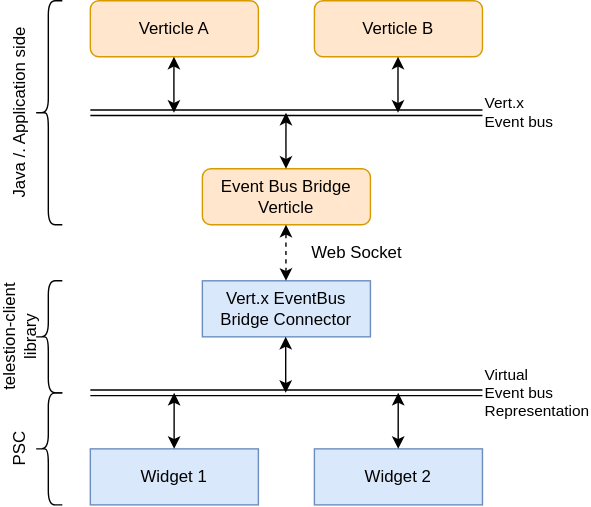
The draw.io diagram static/img/drawio-diagrams/vertx/eventbus-bridge.drawio.svg in wuespace/telestion-docs, before a commit. Source tidied: cells renumbered, new cells last; positions are measured from the earlier drawing's top-left corner, leaving out a move shared by most shapes. The source it was exported from:
```xml
<mxGraphModel>
  <root>
    <mxCell id="0" />
    <mxCell id="1" parent="0" />
    <mxCell id="2" style="shape=link;html=1;" parent="1" edge="1">
      <mxGeometry relative="1" as="geometry">
        <mxPoint x="40" y="80" as="sourcePoint" />
        <mxPoint x="320" y="80" as="targetPoint" />
      </mxGeometry>
    </mxCell>
    <mxCell id="3" value="Vert.x &lt;br&gt;Event bus" style="edgeLabel;html=1;align=left;verticalAlign=middle;" parent="2" vertex="1">
      <mxGeometry x="0.91" y="1" relative="1" as="geometry">
        <mxPoint x="12" y="1" as="offset" />
      </mxGeometry>
    </mxCell>
    <mxCell id="4" value="Event Bus Bridge Verticle" style="rounded=1;whiteSpace=wrap;html=1;fillColor=#ffe6cc;strokeColor=#d79b00;" parent="1" vertex="1">
      <mxGeometry x="120" y="120" width="120" height="40" as="geometry" />
    </mxCell>
    <mxCell id="5" value="Verticle A" style="rounded=1;whiteSpace=wrap;html=1;fillColor=#ffe6cc;strokeColor=#d79b00;" parent="1" vertex="1">
      <mxGeometry x="40" width="120" height="40" as="geometry" />
    </mxCell>
    <mxCell id="6" style="edgeStyle=orthogonalEdgeStyle;rounded=0;orthogonalLoop=1;jettySize=auto;html=1;startArrow=classic;startFill=1;" parent="1" edge="1">
      <mxGeometry relative="1" as="geometry">
        <mxPoint x="99.7" y="80" as="sourcePoint" />
        <mxPoint x="99.7" y="40" as="targetPoint" />
        <Array as="points">
          <mxPoint x="99.7" y="60" />
          <mxPoint x="99.7" y="60" />
        </Array>
      </mxGeometry>
    </mxCell>
    <mxCell id="7" value="Verticle B" style="rounded=1;whiteSpace=wrap;html=1;fillColor=#ffe6cc;strokeColor=#d79b00;" parent="1" vertex="1">
      <mxGeometry x="200" width="120" height="40" as="geometry" />
    </mxCell>
    <mxCell id="8" value="Java /. Application side" style="shape=curlyBracket;whiteSpace=wrap;html=1;rounded=1;align=center;horizontal=0;spacingBottom=40;" parent="1" vertex="1">
      <mxGeometry width="20" height="160" as="geometry" />
    </mxCell>
    <mxCell id="9" value="Vert.x EventBus Bridge Connector" style="rounded=0;whiteSpace=wrap;html=1;fillColor=#dae8fc;strokeColor=#6c8ebf;" parent="1" vertex="1">
      <mxGeometry x="120" y="200" width="120" height="40" as="geometry" />
    </mxCell>
    <mxCell id="10" style="edgeStyle=orthogonalEdgeStyle;rounded=0;orthogonalLoop=1;jettySize=auto;html=1;startArrow=classic;startFill=1;" parent="1" edge="1">
      <mxGeometry relative="1" as="geometry">
        <mxPoint x="259.7" y="80" as="sourcePoint" />
        <mxPoint x="259.7" y="40" as="targetPoint" />
        <Array as="points">
          <mxPoint x="259.7" y="60" />
          <mxPoint x="259.7" y="60" />
        </Array>
      </mxGeometry>
    </mxCell>
    <mxCell id="11" style="edgeStyle=orthogonalEdgeStyle;rounded=0;orthogonalLoop=1;jettySize=auto;html=1;startArrow=classic;startFill=1;" parent="1" edge="1">
      <mxGeometry relative="1" as="geometry">
        <mxPoint x="179.7" y="120" as="sourcePoint" />
        <mxPoint x="179.7" y="80" as="targetPoint" />
        <Array as="points">
          <mxPoint x="179.7" y="100" />
          <mxPoint x="179.7" y="100" />
        </Array>
      </mxGeometry>
    </mxCell>
    <mxCell id="12" style="shape=link;html=1;" parent="1" edge="1">
      <mxGeometry relative="1" as="geometry">
        <mxPoint x="40" y="280" as="sourcePoint" />
        <mxPoint x="320" y="280" as="targetPoint" />
      </mxGeometry>
    </mxCell>
    <mxCell id="13" value="Virtual&lt;br&gt;Event bus&lt;br&gt;Representation" style="edgeLabel;html=1;align=left;verticalAlign=middle;" parent="12" vertex="1">
      <mxGeometry x="0.82" y="5" relative="1" as="geometry">
        <mxPoint x="25" y="5" as="offset" />
      </mxGeometry>
    </mxCell>
    <mxCell id="14" value="Widget 1" style="rounded=0;whiteSpace=wrap;html=1;align=center;fillColor=#dae8fc;strokeColor=#6c8ebf;" parent="1" vertex="1">
      <mxGeometry x="40" y="320" width="120" height="40" as="geometry" />
    </mxCell>
    <mxCell id="15" value="Widget 2" style="rounded=0;whiteSpace=wrap;html=1;align=center;fillColor=#dae8fc;strokeColor=#6c8ebf;" parent="1" vertex="1">
      <mxGeometry x="200" y="320" width="120" height="40" as="geometry" />
    </mxCell>
    <mxCell id="16" style="edgeStyle=orthogonalEdgeStyle;rounded=0;orthogonalLoop=1;jettySize=auto;html=1;startArrow=classic;startFill=1;" parent="1" edge="1">
      <mxGeometry relative="1" as="geometry">
        <mxPoint x="179.5" y="280" as="sourcePoint" />
        <mxPoint x="179.5" y="240" as="targetPoint" />
        <Array as="points">
          <mxPoint x="179.5" y="260" />
          <mxPoint x="179.5" y="260" />
        </Array>
      </mxGeometry>
    </mxCell>
    <mxCell id="17" value="telestion-client library" style="shape=curlyBracket;whiteSpace=wrap;html=1;rounded=1;align=center;horizontal=0;spacingBottom=40;" parent="1" vertex="1">
      <mxGeometry y="200" width="20" height="80" as="geometry" />
    </mxCell>
    <mxCell id="18" value="PSC" style="shape=curlyBracket;whiteSpace=wrap;html=1;rounded=1;align=center;horizontal=0;spacingBottom=40;" parent="1" vertex="1">
      <mxGeometry y="280" width="20" height="80" as="geometry" />
    </mxCell>
    <mxCell id="19" style="edgeStyle=orthogonalEdgeStyle;rounded=0;orthogonalLoop=1;jettySize=auto;html=1;startArrow=classic;startFill=1;" parent="1" edge="1">
      <mxGeometry relative="1" as="geometry">
        <mxPoint x="259.8" y="320" as="sourcePoint" />
        <mxPoint x="259.8" y="280" as="targetPoint" />
        <Array as="points">
          <mxPoint x="259.8" y="300" />
          <mxPoint x="259.8" y="300" />
        </Array>
      </mxGeometry>
    </mxCell>
    <mxCell id="20" style="edgeStyle=orthogonalEdgeStyle;rounded=0;orthogonalLoop=1;jettySize=auto;html=1;startArrow=classic;startFill=1;" parent="1" edge="1">
      <mxGeometry relative="1" as="geometry">
        <mxPoint x="99.8" y="320" as="sourcePoint" />
        <mxPoint x="99.8" y="280" as="targetPoint" />
        <Array as="points">
          <mxPoint x="99.8" y="300" />
          <mxPoint x="99.8" y="300" />
        </Array>
      </mxGeometry>
    </mxCell>
    <mxCell id="21" style="edgeStyle=orthogonalEdgeStyle;rounded=0;orthogonalLoop=1;jettySize=auto;html=1;startArrow=classic;startFill=1;dashed=1;" parent="1" edge="1">
      <mxGeometry relative="1" as="geometry">
        <mxPoint x="179.7" y="200" as="sourcePoint" />
        <mxPoint x="179.7" y="160" as="targetPoint" />
        <Array as="points">
          <mxPoint x="179.7" y="180" />
          <mxPoint x="179.7" y="180" />
        </Array>
      </mxGeometry>
    </mxCell>
    <mxCell id="22" value="Web Socket" style="text;html=1;align=center;verticalAlign=middle;strokeColor=none;" parent="1" vertex="1">
      <mxGeometry x="190" y="170" width="80" height="20" as="geometry" />
    </mxCell>
  </root>
</mxGraphModel>
```
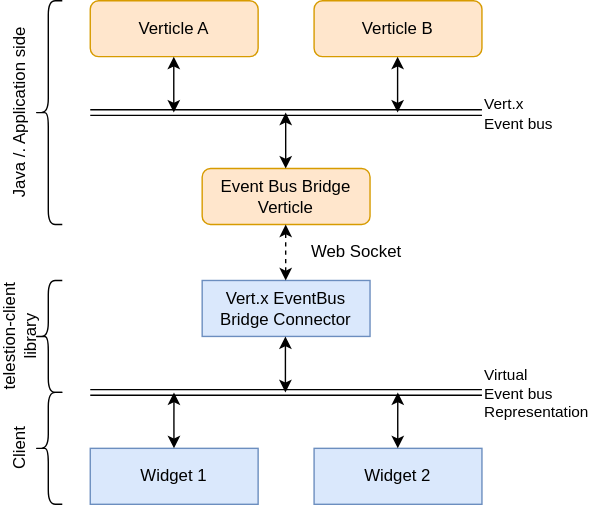
After the change.

Commit message:
fix(images): :bug: Remove old reference to "PSC" in Event Bus Bridge Diagram

Diff of the diagram source:
```diff
@@ -88,7 +88,7 @@
     <mxCell id="17" value="telestion-client library" style="shape=curlyBracket;whiteSpace=wrap;html=1;rounded=1;align=center;horizontal=0;spacingBottom=40;" parent="1" vertex="1">
       <mxGeometry y="200" width="20" height="80" as="geometry" />
     </mxCell>
-    <mxCell id="18" value="PSC" style="shape=curlyBracket;whiteSpace=wrap;html=1;rounded=1;align=center;horizontal=0;spacingBottom=40;" parent="1" vertex="1">
+    <mxCell id="18" value="Client" style="shape=curlyBracket;whiteSpace=wrap;html=1;rounded=1;align=center;horizontal=0;spacingBottom=40;" parent="1" vertex="1">
       <mxGeometry y="280" width="20" height="80" as="geometry" />
     </mxCell>
     <mxCell id="19" style="edgeStyle=orthogonalEdgeStyle;rounded=0;orthogonalLoop=1;jettySize=auto;html=1;startArrow=classic;startFill=1;" parent="1" edge="1">
```
